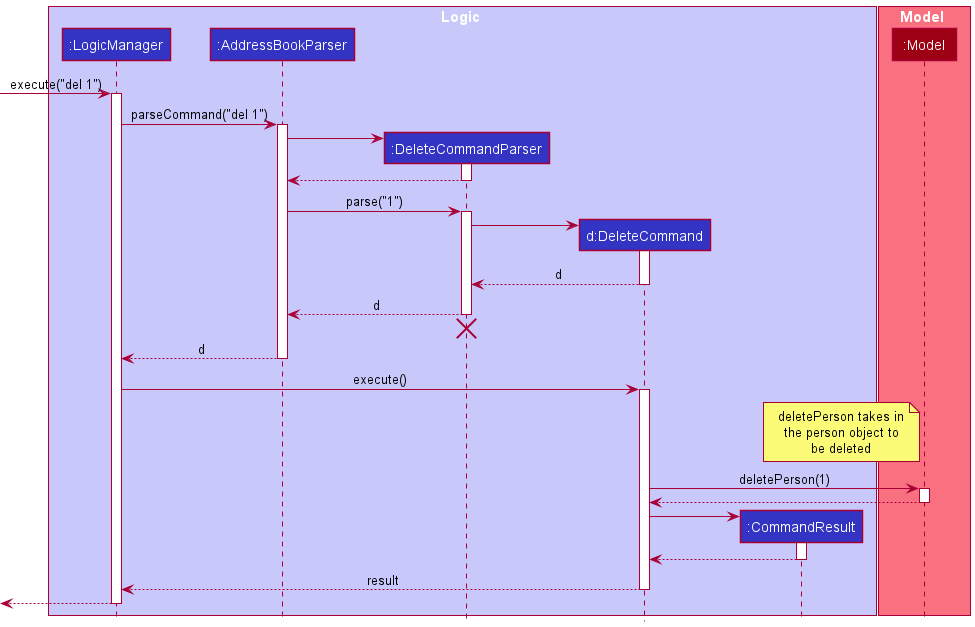
Above: docs/images/DeleteSequenceDiagram.png in tonishka/tp (PlantUML), before the change.
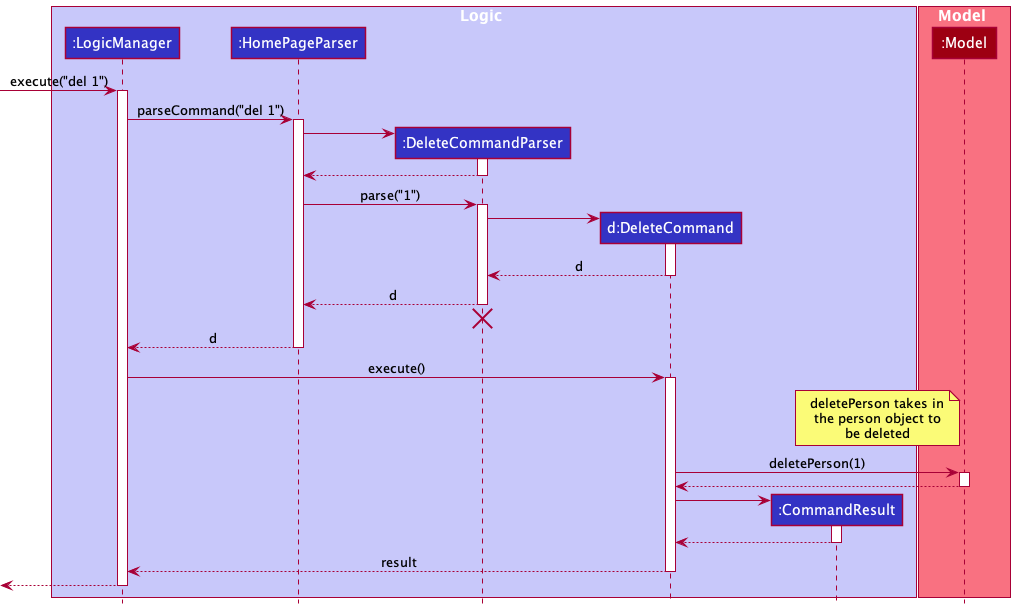
After the commit.

Change to the diagram source:
```diff
@@ -3,7 +3,7 @@
 
 box Logic LOGIC_COLOR_T1
 participant ":LogicManager" as LogicManager LOGIC_COLOR
-participant ":AddressBookParser" as AddressBookParser LOGIC_COLOR
+participant ":HomePageParser" as HomePageParser LOGIC_COLOR
 participant ":DeleteCommandParser" as DeleteCommandParser LOGIC_COLOR
 participant "d:DeleteCommand" as DeleteCommand LOGIC_COLOR
 participant ":CommandResult" as CommandResult LOGIC_COLOR
@@ -16,17 +16,17 @@
 [-> LogicManager : execute("del 1")
 activate LogicManager
 
-LogicManager -> AddressBookParser : parseCommand("del 1")
-activate AddressBookParser
+LogicManager -> HomePageParser : parseCommand("del 1")
+activate HomePageParser
 
 create DeleteCommandParser
-AddressBookParser -> DeleteCommandParser
+HomePageParser -> DeleteCommandParser
 activate DeleteCommandParser
 
-DeleteCommandParser --> AddressBookParser
+DeleteCommandParser --> HomePageParser
 deactivate DeleteCommandParser
 
-AddressBookParser -> DeleteCommandParser : parse("1")
+HomePageParser -> DeleteCommandParser : parse("1")
 activate DeleteCommandParser
 
 create DeleteCommand
@@ -36,13 +36,13 @@
 DeleteCommand --> DeleteCommandParser : d
 deactivate DeleteCommand
 
-DeleteCommandParser --> AddressBookParser : d
+DeleteCommandParser --> HomePageParser : d
 deactivate DeleteCommandParser
-DeleteCommandParser -[hidden]-> AddressBookParser
+DeleteCommandParser -[hidden]-> HomePageParser
 destroy DeleteCommandParser
 
-AddressBookParser --> LogicManager : d
-deactivate AddressBookParser
+HomePageParser --> LogicManager : d
+deactivate HomePageParser
 
 LogicManager -> DeleteCommand : execute()
 activate DeleteCommand
```
